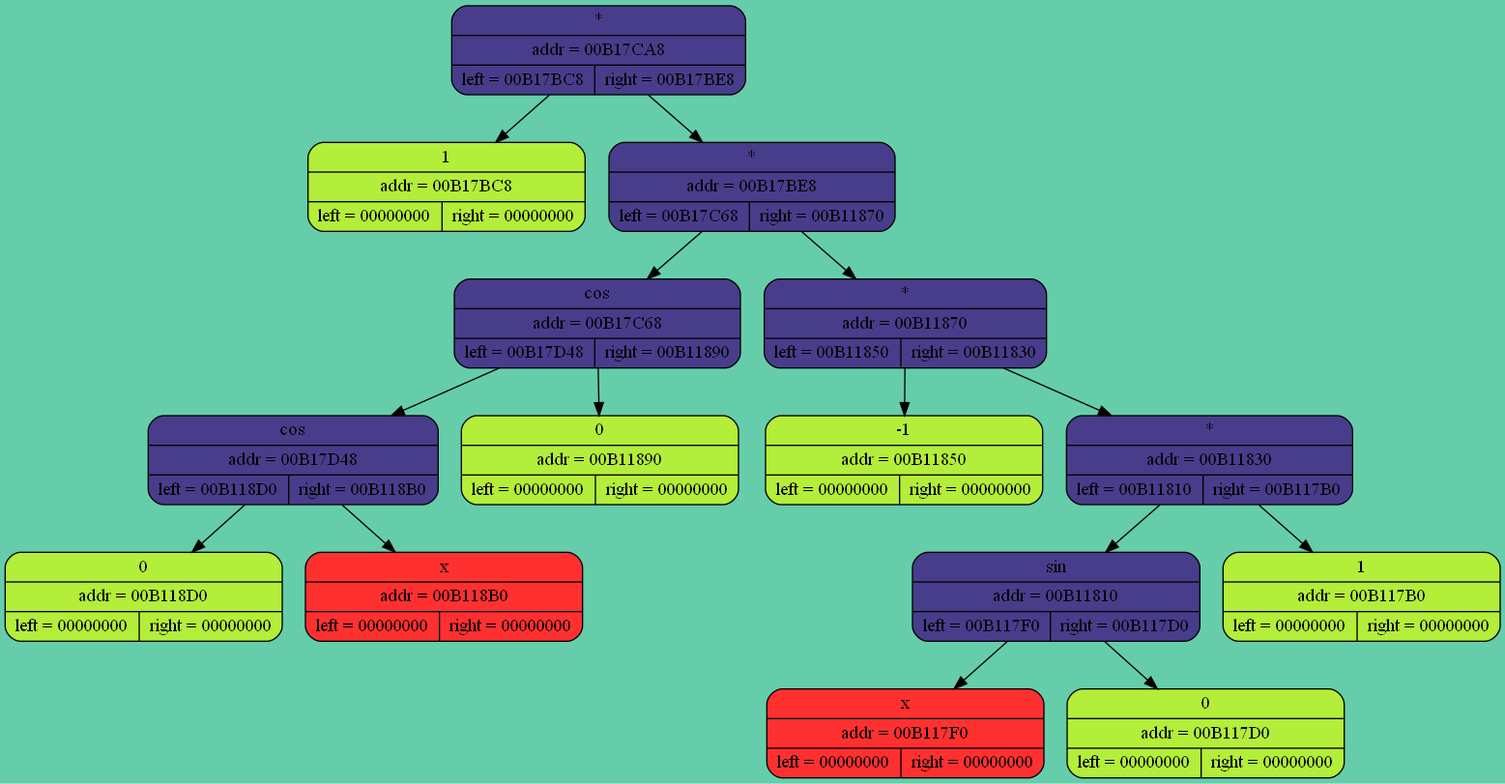
Above: Dump.png in maachs/DIfferentiator (Graphviz), before the change. Its source is kept beside it as Dump.dot.
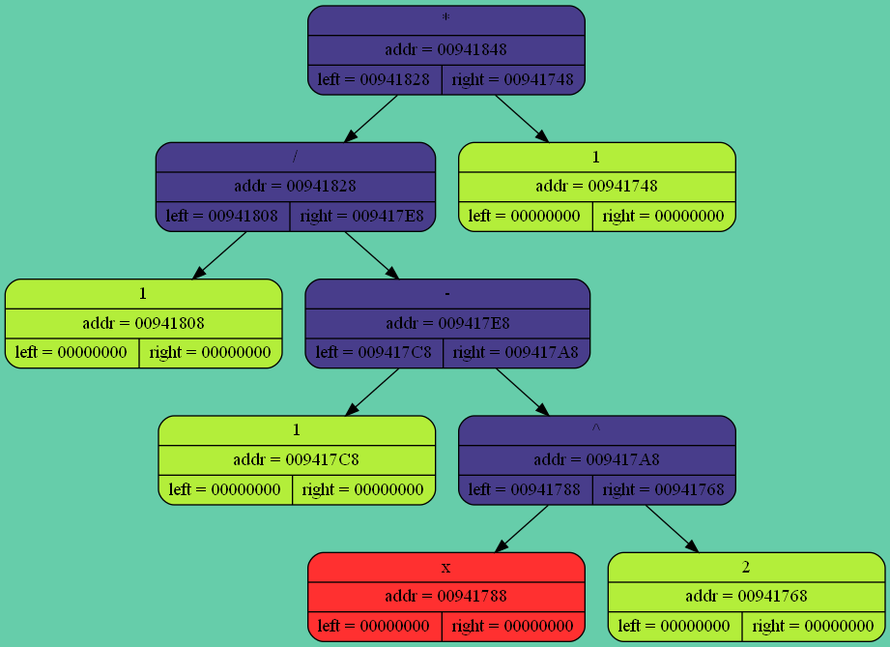
The same file after the commit.

What changed in the source:
```diff
@@ -2,33 +2,21 @@
 {
  rankdir = UD
 bgcolor = "aquamarine3"
-"00B17CA8" [shape = Mrecord, style = "filled", fillcolor = "darkslateblue", label = "{ * | addr = 00B17CA8 | { left = 00B17BC8 | right = 00B17BE8}}"];
-"00B17BC8" [shape = Mrecord, style = "filled", fillcolor = "olivedrab2", label = "{ 1 | addr = 00B17BC8 | { left = 00000000 | right = 00000000}}"];
-"00B17CA8"->"00B17BC8"
-"00B17BE8" [shape = Mrecord, style = "filled", fillcolor = "darkslateblue", label = "{ * | addr = 00B17BE8 | { left = 00B17C68 | right = 00B11870}}"];
-"00B17C68" [shape = Mrecord, style = "filled", fillcolor = "darkslateblue", label = "{ cos | addr = 00B17C68 | { left = 00B17D48 | right = 00B11890}}"];
-"00B17D48" [shape = Mrecord, style = "filled", fillcolor = "darkslateblue", label = "{ cos | addr = 00B17D48 | { left = 00B118D0 | right = 00B118B0}}"];
-"00B118D0" [shape = Mrecord, style = "filled", fillcolor = "olivedrab2", label = "{ 0 | addr = 00B118D0 | { left = 00000000 | right = 00000000}}"];
-"00B17D48"->"00B118D0"
-"00B118B0" [shape = Mrecord, style = "filled", fillcolor = "firebrick1", label = "{ x | addr = 00B118B0 | { left = 00000000 | right = 00000000}}"];
-"00B17D48"->"00B118B0"
-"00B17C68"->"00B17D48"
-"00B11890" [shape = Mrecord, style = "filled", fillcolor = "olivedrab2", label = "{ 0 | addr = 00B11890 | { left = 00000000 | right = 00000000}}"];
-"00B17C68"->"00B11890"
-"00B17BE8"->"00B17C68"
-"00B11870" [shape = Mrecord, style = "filled", fillcolor = "darkslateblue", label = "{ * | addr = 00B11870 | { left = 00B11850 | right = 00B11830}}"];
-"00B11850" [shape = Mrecord, style = "filled", fillcolor = "olivedrab2", label = "{ -1 | addr = 00B11850 | { left = 00000000 | right = 00000000}}"];
-"00B11870"->"00B11850"
-"00B11830" [shape = Mrecord, style = "filled", fillcolor = "darkslateblue", label = "{ * | addr = 00B11830 | { left = 00B11810 | right = 00B117B0}}"];
-"00B11810" [shape = Mrecord, style = "filled", fillcolor = "darkslateblue", label = "{ sin | addr = 00B11810 | { left = 00B117F0 | right = 00B117D0}}"];
-"00B117F0" [shape = Mrecord, style = "filled", fillcolor = "firebrick1", label = "{ x | addr = 00B117F0 | { left = 00000000 | right = 00000000}}"];
-"00B11810"->"00B117F0"
-"00B117D0" [shape = Mrecord, style = "filled", fillcolor = "olivedrab2", label = "{ 0 | addr = 00B117D0 | { left = 00000000 | right = 00000000}}"];
-"00B11810"->"00B117D0"
-"00B11830"->"00B11810"
-"00B117B0" [shape = Mrecord, style = "filled", fillcolor = "olivedrab2", label = "{ 1 | addr = 00B117B0 | { left = 00000000 | right = 00000000}}"];
-"00B11830"->"00B117B0"
-"00B11870"->"00B11830"
-"00B17BE8"->"00B11870"
-"00B17CA8"->"00B17BE8"
+"00941848" [shape = Mrecord, style = "filled", fillcolor = "darkslateblue", label = "{ * | addr = 00941848 | { left = 00941828 | right = 00941748}}"];
+"00941828" [shape = Mrecord, style = "filled", fillcolor = "darkslateblue", label = "{ / | addr = 00941828 | { left = 00941808 | right = 009417E8}}"];
+"00941808" [shape = Mrecord, style = "filled", fillcolor = "olivedrab2", label = "{ 1 | addr = 00941808 | { left = 00000000 | right = 00000000}}"];
+"00941828"->"00941808"
+"009417E8" [shape = Mrecord, style = "filled", fillcolor = "darkslateblue", label = "{ - | addr = 009417E8 | { left = 009417C8 | right = 009417A8}}"];
+"009417C8" [shape = Mrecord, style = "filled", fillcolor = "olivedrab2", label = "{ 1 | addr = 009417C8 | { left = 00000000 | right = 00000000}}"];
+"009417E8"->"009417C8"
+"009417A8" [shape = Mrecord, style = "filled", fillcolor = "darkslateblue", label = "{ ^ | addr = 009417A8 | { left = 00941788 | right = 00941768}}"];
+"00941788" [shape = Mrecord, style = "filled", fillcolor = "firebrick1", label = "{ x | addr = 00941788 | { left = 00000000 | right = 00000000}}"];
+"009417A8"->"00941788"
+"00941768" [shape = Mrecord, style = "filled", fillcolor = "olivedrab2", label = "{ 2 | addr = 00941768 | { left = 00000000 | right = 00000000}}"];
+"009417A8"->"00941768"
+"009417E8"->"009417A8"
+"00941828"->"009417E8"
+"00941848"->"00941828"
+"00941748" [shape = Mrecord, style = "filled", fillcolor = "olivedrab2", label = "{ 1 | addr = 00941748 | { left = 00000000 | right = 00000000}}"];
+"00941848"->"00941748"
 }
```
